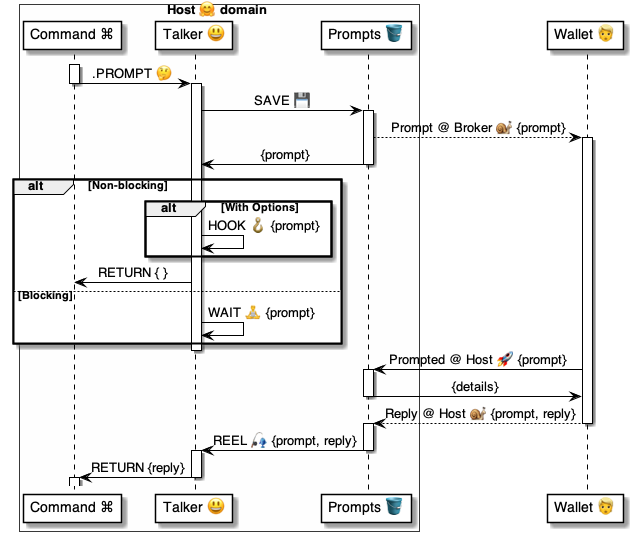
Above: 4 ⚙️ Solution/35 💬 Chats/Talkers 😃/😃⏩ Talker flows/Send Prompts 😃⏩🧑‍🦰/🤔 Prompts ⚙️ uml.png in pollyweb-org/pollyweb-docs (PlantUML), before the change. Its source is kept beside it as 4 ⚙️ Solution/35 💬 Chats/Talkers 😃/😃⏩ Talker flows/Send Prompts 😃⏩🧑‍🦰/🤔 Prompts ⚙️ uml.puml.
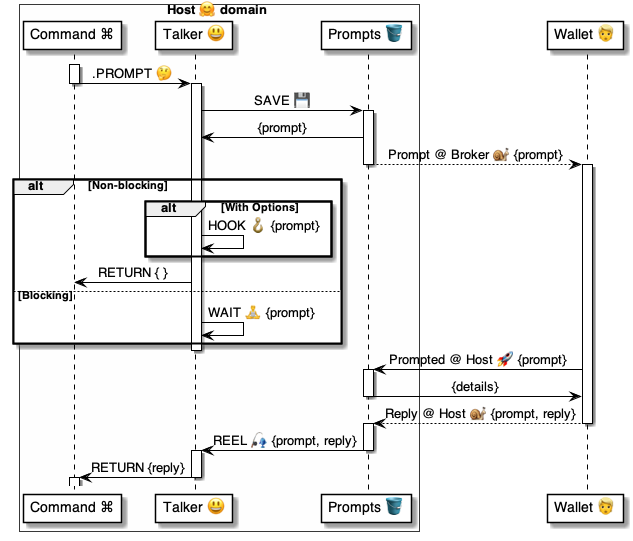
The same diagram one commit later.

The edit, as a diff of the source:
```diff
@@ -16,10 +16,10 @@
     talker -> table: SAVE 💾
 
     activate table
+        table -> talker: {prompt}
         table --> wallet: Prompt @ Broker 🐌 {prompt}
+    deactivate table
     activate wallet
-        table -> talker: {prompt}
-    deactivate table
 
 
     alt Non-blocking
```
